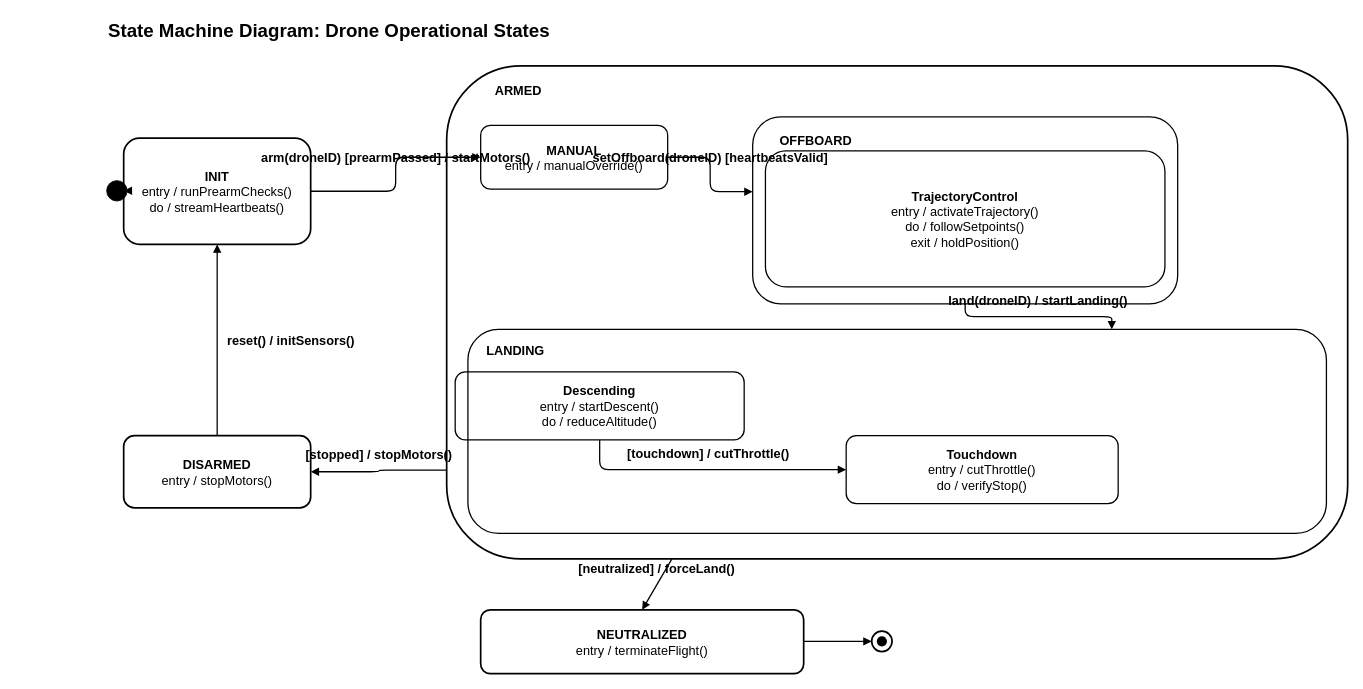
Above: 10_state_drone.drawio in sjd-1214/diagrams (draw.io), before the change. Source tidied: cells renumbered, new cells numbered last; positions are measured from the earlier drawing's top-left corner, leaving out a move shared by most shapes. Both pictures are drawn from the tidied source at 85%, with x=0, y=0 at pixel (106, 14).
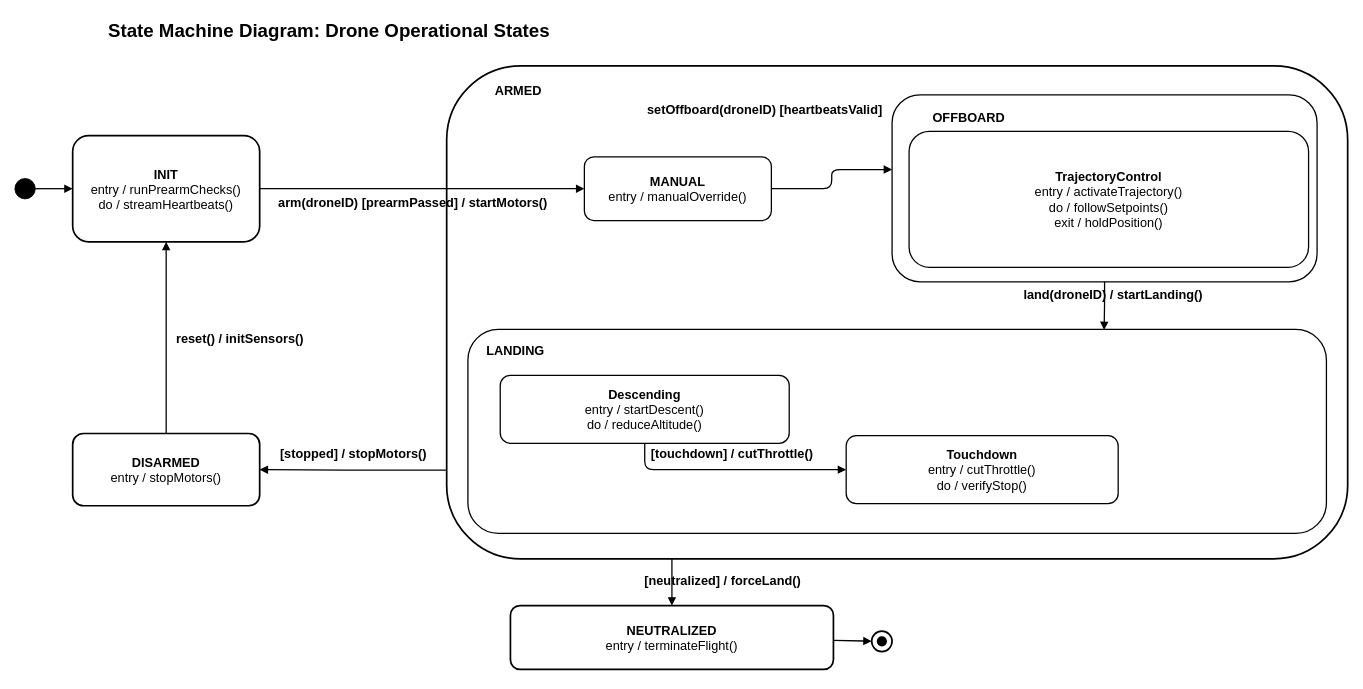
After the change.

Unchanged cells that the change refers to:
```xml
<mxCell id="11" style="rounded=1;whiteSpace=wrap;html=1;fillColor=none;strokeColor=#000000;strokeWidth=1.5;" parent="1" vertex="1">
  <mxGeometry x="425" y="370" width="1010" height="240" as="geometry" />
</mxCell>
```

The edit, as a diff of the source:
```diff
@@
-<mxGraphModel>
+<mxGraphModel background="#ffffff">
@@
+    <mxCell id="5" style="rounded=1;whiteSpace=wrap;html=1;fillColor=none;strokeColor=#000000;strokeWidth=2;align=left;spacingLeft=15;verticalAlign=top;spacingTop=10;fontSize=15;fontFamily=Helvetica;fontColor=#000000;" parent="1" vertex="1">
+      <mxGeometry x="400" y="60" width="1060" height="580" as="geometry" />
+    </mxCell>
@@
     <mxCell id="3" style="ellipse;fillColor=#000000;strokeColor=#000000;" parent="1" vertex="1">
-      <mxGeometry y="195" width="24" height="24" as="geometry" />
+      <mxGeometry x="-108" y="192.5" width="24" height="24" as="geometry" />
     </mxCell>
     <mxCell id="4" value="&lt;b&gt;INIT&lt;/b&gt;&lt;br&gt;entry / runPrearmChecks()&lt;br&gt;do / streamHeartbeats()" style="rounded=1;whiteSpace=wrap;html=1;fillColor=none;strokeColor=#000000;strokeWidth=2;fontSize=15;fontFamily=Helvetica;fontColor=#000000;align=center;" parent="1" vertex="1">
-      <mxGeometry x="20" y="145" width="220" height="125" as="geometry" />
+      <mxGeometry x="-40" y="142" width="220" height="125" as="geometry" />
     </mxCell>
-    <mxCell id="5" style="rounded=1;whiteSpace=wrap;html=1;fillColor=none;strokeColor=#000000;strokeWidth=2;align=left;spacingLeft=15;verticalAlign=top;spacingTop=10;fontSize=15;fontFamily=Helvetica;fontColor=#000000;" parent="1" vertex="1">
-      <mxGeometry x="400" y="60" width="1060" height="580" as="geometry" />
-    </mxCell>
@@
     <mxCell id="7" value="&lt;b&gt;MANUAL&lt;/b&gt;&lt;br&gt;entry / manualOverride()" style="rounded=1;whiteSpace=wrap;html=1;fillColor=none;strokeColor=#000000;strokeWidth=1.5;fontSize=15;fontFamily=Helvetica;fontColor=#000000;align=center;" parent="1" vertex="1">
-      <mxGeometry x="440" y="130" width="220" height="75" as="geometry" />
+      <mxGeometry x="562" y="167" width="220" height="75" as="geometry" />
     </mxCell>
     <mxCell id="8" style="rounded=1;whiteSpace=wrap;html=1;fillColor=none;strokeColor=#000000;strokeWidth=1.5;" parent="1" vertex="1">
-      <mxGeometry x="760" y="120" width="500" height="220" as="geometry" />
+      <mxGeometry x="924" y="94" width="500" height="220" as="geometry" />
     </mxCell>
     <mxCell id="9" value="&lt;b&gt;OFFBOARD&lt;/b&gt;" style="text;html=1;fontSize=15;fontFamily=Helvetica;fontColor=#000000;fillColor=none;" parent="1" vertex="1">
-      <mxGeometry x="790" y="132" width="180" height="25" as="geometry" />
+      <mxGeometry x="970" y="105" width="180" height="25" as="geometry" />
     </mxCell>
     <mxCell id="10" value="&lt;b&gt;TrajectoryControl&lt;/b&gt;&lt;br&gt;entry / activateTrajectory()&lt;br&gt;do / followSetpoints()&lt;br&gt;exit / holdPosition()" style="rounded=1;whiteSpace=wrap;html=1;fillColor=none;strokeColor=#000000;strokeWidth=1.5;fontSize=15;fontFamily=Helvetica;fontColor=#000000;align=center;" parent="1" vertex="1">
-      <mxGeometry x="775" y="160" width="470" height="160" as="geometry" />
+      <mxGeometry x="944" y="137" width="470" height="160" as="geometry" />
     </mxCell>
@@
     <mxCell id="13" value="&lt;b&gt;Descending&lt;/b&gt;&lt;br&gt;entry / startDescent()&lt;br&gt;do / reduceAltitude()" style="rounded=1;whiteSpace=wrap;html=1;fillColor=none;strokeColor=#000000;strokeWidth=1.5;fontSize=15;fontFamily=Helvetica;fontColor=#000000;align=center;" parent="1" vertex="1">
-      <mxGeometry x="410" y="420" width="340" height="80" as="geometry" />
+      <mxGeometry x="463" y="424" width="340" height="80" as="geometry" />
     </mxCell>
@@
     <mxCell id="15" value="&lt;b&gt;DISARMED&lt;/b&gt;&lt;br&gt;entry / stopMotors()" style="rounded=1;whiteSpace=wrap;html=1;fillColor=none;strokeColor=#000000;strokeWidth=2;fontSize=15;fontFamily=Helvetica;fontColor=#000000;align=center;" parent="1" vertex="1">
-      <mxGeometry x="20" y="495" width="220" height="85" as="geometry" />
+      <mxGeometry x="-40" y="492.5" width="220" height="85" as="geometry" />
     </mxCell>
     <mxCell id="16" value="&lt;b&gt;NEUTRALIZED&lt;/b&gt;&lt;br&gt;entry / terminateFlight()" style="rounded=1;whiteSpace=wrap;html=1;fillColor=none;strokeColor=#000000;strokeWidth=2;fontSize=15;fontFamily=Helvetica;fontColor=#000000;align=center;" parent="1" vertex="1">
-      <mxGeometry x="440" y="700" width="380" height="75" as="geometry" />
+      <mxGeometry x="475" y="695" width="380" height="75" as="geometry" />
     </mxCell>
@@
     <mxCell id="20" value="arm(droneID) [prearmPassed] / startMotors()" style="edgeStyle=orthogonalEdgeStyle;rounded=1;html=1;endArrow=block;strokeColor=#000000;fontSize=15;fontFamily=Helvetica;fontColor=#000000;strokeWidth=1.5;exitX=1;exitY=0.5;entryX=0;entryY=0.5;verticalAlign=bottom;labelBackgroundColor=none;spacingBottom=8;spacingLeft=10;spacingRight=10;fontStyle=1;" parent="1" edge="1" source="4" target="7">
-      <mxGeometry relative="1" as="geometry" />
+      <mxGeometry x="-0.06" y="-34" relative="1" as="geometry">
+        <mxPoint y="1" as="offset" />
+      </mxGeometry>
     </mxCell>
     <mxCell id="21" value="setOffboard(droneID) [heartbeatsValid]" style="edgeStyle=orthogonalEdgeStyle;rounded=1;html=1;endArrow=block;strokeColor=#000000;fontSize=15;fontFamily=Helvetica;fontColor=#000000;strokeWidth=1.5;exitX=1;exitY=0.5;entryX=0;entryY=0.4;verticalAlign=bottom;labelBackgroundColor=none;spacingBottom=8;spacingLeft=10;spacingRight=10;fontStyle=1;" parent="1" edge="1" source="7" target="8">
-      <mxGeometry relative="1" as="geometry" />
+      <mxGeometry x="-1" y="74" relative="1" as="geometry">
+        <mxPoint x="-8" as="offset" />
+      </mxGeometry>
     </mxCell>
-    <mxCell id="22" value="land(droneID) / startLanding()" style="edgeStyle=orthogonalEdgeStyle;rounded=1;endArrow=block;strokeColor=#000000;strokeWidth=1.5;fontSize=15;fontFamily=Helvetica;fontColor=#000000;exitX=0.5;exitY=1;entryX=0.75;entryY=0;labelBackgroundColor=none;verticalAlign=bottom;spacingBottom=8;spacingLeft=10;spacingRight=10;fontStyle=1;" parent="1" edge="1" source="8" target="11">
-      <mxGeometry relative="1" as="geometry" />
+    <mxCell id="22" value="land(droneID) / startLanding()" style="edgeStyle=orthogonalEdgeStyle;rounded=1;endArrow=block;strokeColor=#000000;strokeWidth=1.5;fontSize=15;fontFamily=Helvetica;fontColor=#000000;exitX=0.5;exitY=1;entryX=0.741;entryY=0.003;labelBackgroundColor=none;verticalAlign=bottom;spacingBottom=8;spacingLeft=10;spacingRight=10;fontStyle=1;entryDx=0;entryDy=0;entryPerimeter=0;" parent="1" edge="1" source="8" target="11">
+      <mxGeometry x="0.19" y="11" relative="1" as="geometry" />
     </mxCell>
@@
     <mxCell id="26" value="[neutralized] / forceLand()" style="endArrow=block;strokeColor=#000000;strokeWidth=1.5;fontSize=15;fontFamily=Helvetica;fontColor=#000000;exitX=0.25;exitY=1;entryX=0.5;entryY=0;labelBackgroundColor=none;verticalAlign=bottom;spacingBottom=8;spacingLeft=10;spacingRight=10;fontStyle=1;" parent="1" edge="1" source="5" target="16">
-      <mxGeometry relative="1" as="geometry" />
+      <mxGeometry x="0.61" y="60" relative="1" as="geometry" />
     </mxCell>
```
